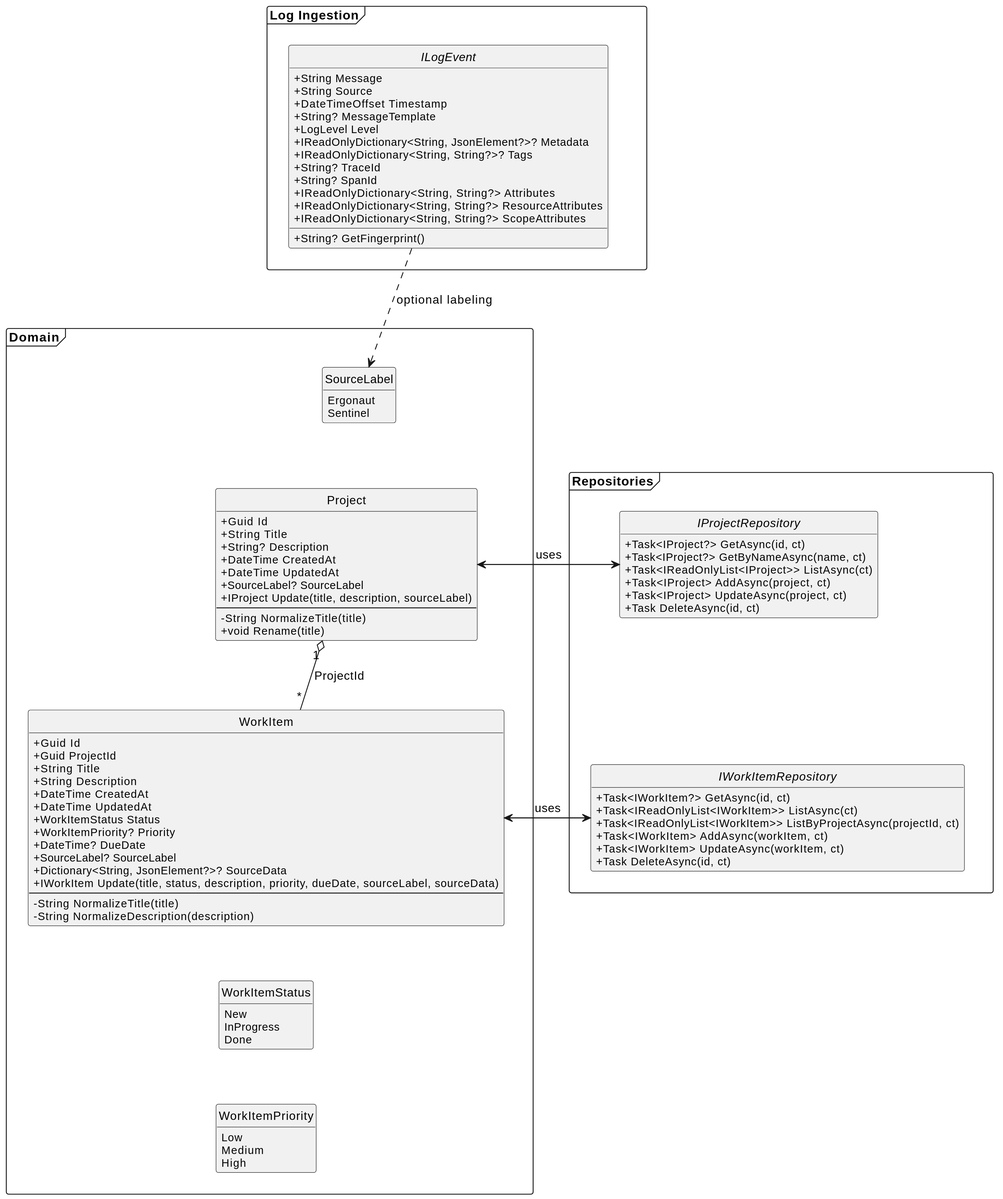
The PlantUML diagram docs/report/figures/core_models.svg in LukasLeindals/ergonaut, before a commit.
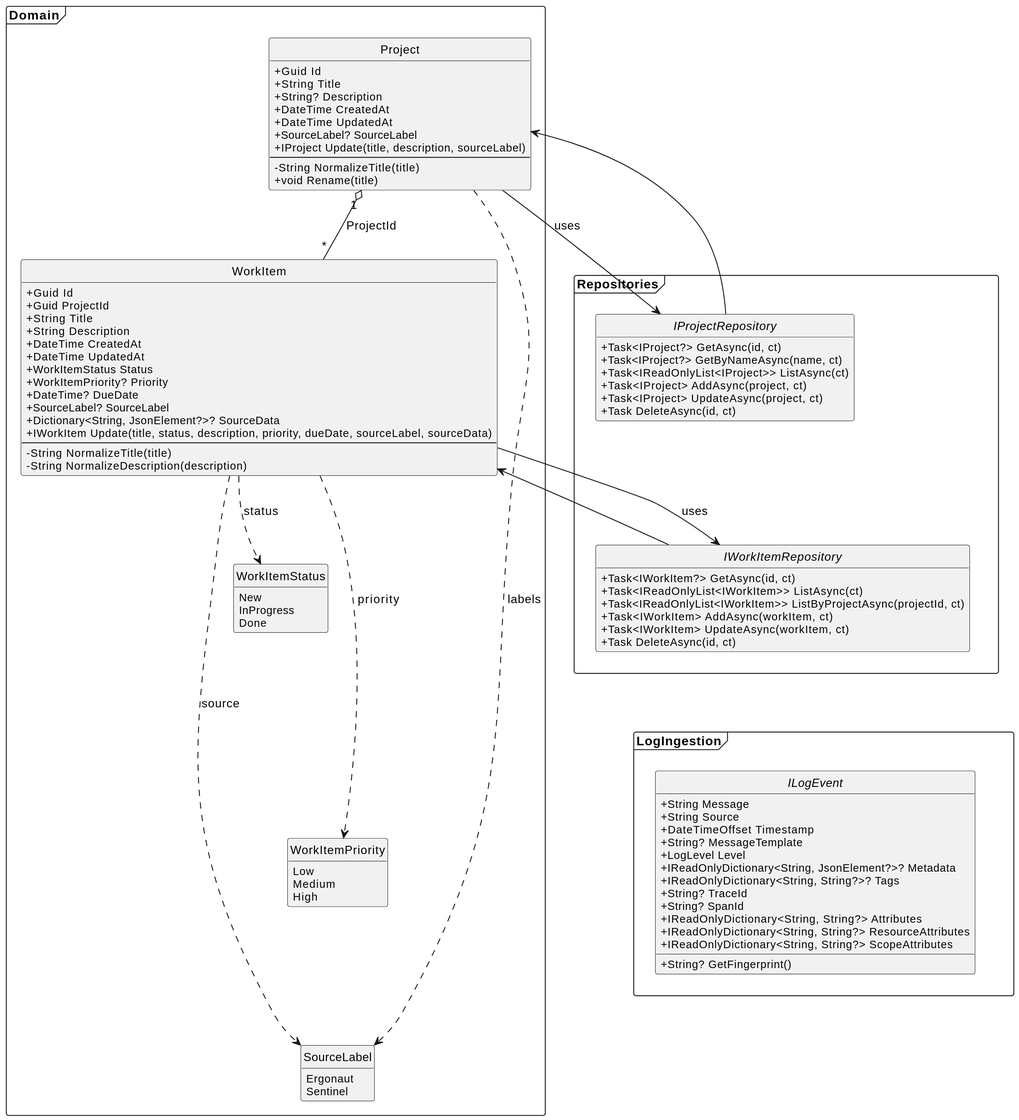
After the change.

Diff of the diagram source:
```diff
@@ -13,11 +13,6 @@
 scale 1.1
 
 frame "Domain" {
-  enum SourceLabel {
-    Ergonaut
-    Sentinel
-  }
-
   class Project {
     +Guid Id
     +String Title
@@ -59,11 +54,15 @@
     Medium
     High
   }
+  enum SourceLabel {
+    Ergonaut
+    Sentinel
+  }
 
-  SourceLabel -[hidden]down- Project
   Project -[hidden]down- WorkItem
   WorkItem -[hidden]down- WorkItemStatus
   WorkItemStatus -[hidden]down- WorkItemPriority
+  WorkItemPriority -[hidden]down- SourceLabel
 }
 
 frame "Repositories" {
@@ -88,7 +87,7 @@
   IProjectRepository -[hidden]down- IWorkItemRepository
 }
 
-frame "Log Ingestion" {
+frame LogIngestion {
   interface ILogEvent {
     +String Message
     +String Source
@@ -111,8 +110,13 @@
 WorkItem --> IWorkItemRepository : uses
 IProjectRepository --> Project
 IWorkItemRepository --> WorkItem
-ILogEvent ..> SourceLabel : optional labeling
+Project ..> SourceLabel : labels
+WorkItem ..> WorkItemStatus : status
+WorkItem ..> WorkItemPriority : priority
+WorkItem ..> SourceLabel : source
 
-Domain -[hidden]down- Repositories
-Repositories -[hidden]down- "Log Ingestion"
+Project -[hidden]- IProjectRepository
+WorkItem -[hidden]- IWorkItemRepository
+Repositories -[hidden]down- LogIngestion
+IWorkItemRepository -[hidden]down- ILogEvent
 @enduml
```
